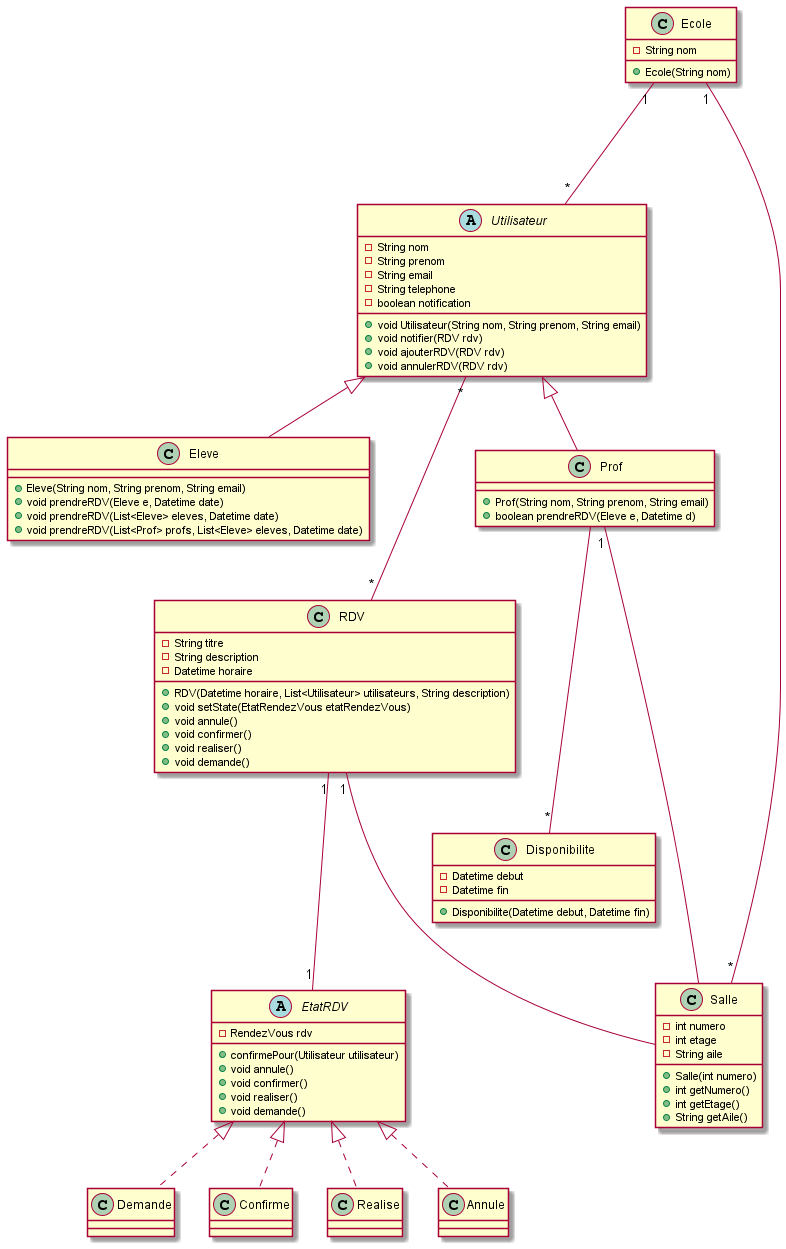
The PlantUML diagram Conception/Diagramme_de_classe.png in Jcz125/meeting-manager-app, before a commit.
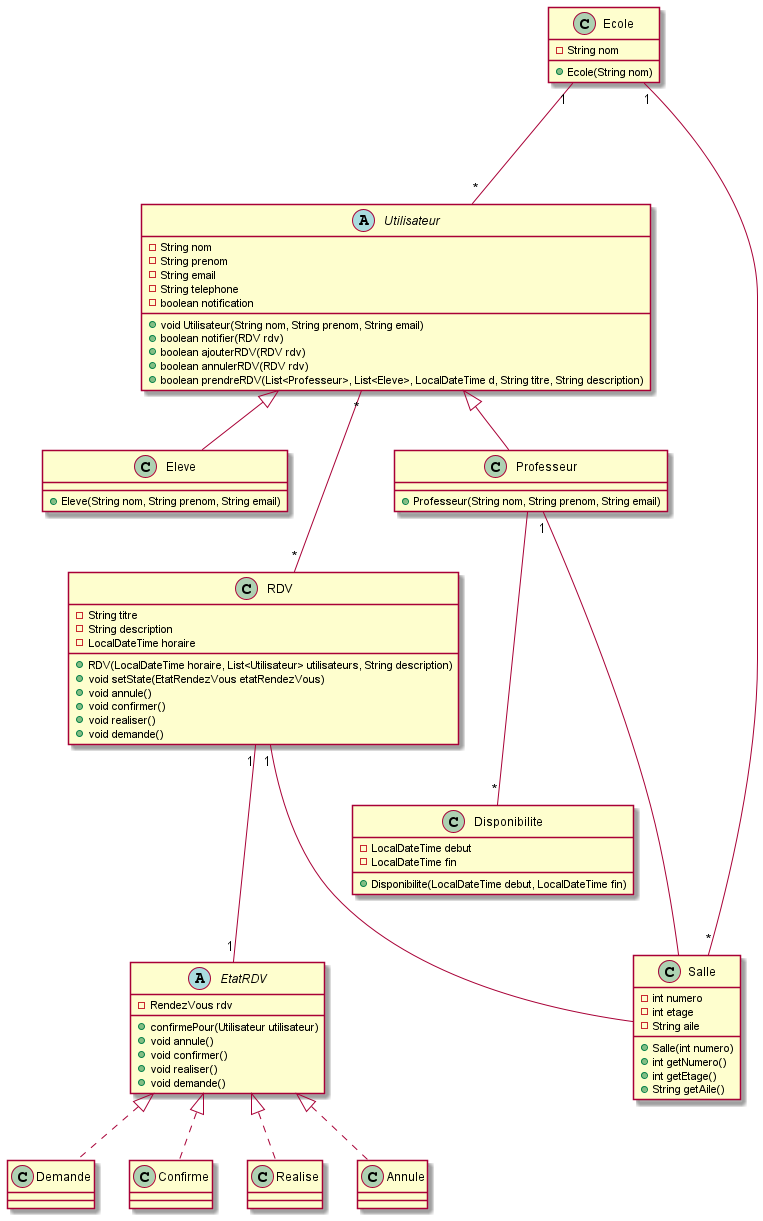
Above is the later version.

Commit message:
maj diagram

Diff of the diagram source:
```diff
@@ -8,36 +8,33 @@
     - boolean notification
 
     + void Utilisateur(String nom, String prenom, String email)
-    + void notifier(RDV rdv)
-    + void ajouterRDV(RDV rdv)
-    + void annulerRDV(RDV rdv)
+    + boolean notifier(RDV rdv)
+    + boolean ajouterRDV(RDV rdv)
+    + boolean annulerRDV(RDV rdv)
+    + boolean prendreRDV(List<Professeur>, List<Eleve>, LocalDateTime d, String titre, String description)
 }
 
-class Prof {
-    + Prof(String nom, String prenom, String email)
-    + boolean prendreRDV(Eleve e, Datetime d)
+class Professeur {
+    + Professeur(String nom, String prenom, String email)
 }
 
 class Eleve {
     + Eleve(String nom, String prenom, String email)
-    + void prendreRDV(Eleve e, Datetime date)
-    + void prendreRDV(List<Eleve> eleves, Datetime date)
-    + void prendreRDV(List<Prof> profs, List<Eleve> eleves, Datetime date)
 }
 
 class Disponibilite {
-    - Datetime debut
-    - Datetime fin
+    - LocalDateTime debut
+    - LocalDateTime fin
 
-    + Disponibilite(Datetime debut, Datetime fin)
+    + Disponibilite(LocalDateTime debut, LocalDateTime fin)
 }
 
 class RDV {
     - String titre
     - String description
-    - Datetime horaire
+    - LocalDateTime horaire
 
-    + RDV(Datetime horaire, List<Utilisateur> utilisateurs, String description)
+    + RDV(LocalDateTime horaire, List<Utilisateur> utilisateurs, String description)
     + void setState(EtatRendezVous etatRendezVous)
     + void annule()
     + void confirmer()
@@ -96,10 +93,10 @@
 
 RDV "1" --- "1" EtatRDV
 RDV "1" --- Salle
-Prof "1" --- Salle
+Professeur "1" --- Salle
 
-Utilisateur  <|--  Prof
+Utilisateur  <|--  Professeur
 Utilisateur  <|--  Eleve
-Prof --- "*" Disponibilite
+Professeur --- "*" Disponibilite
 
 @enduml
```
